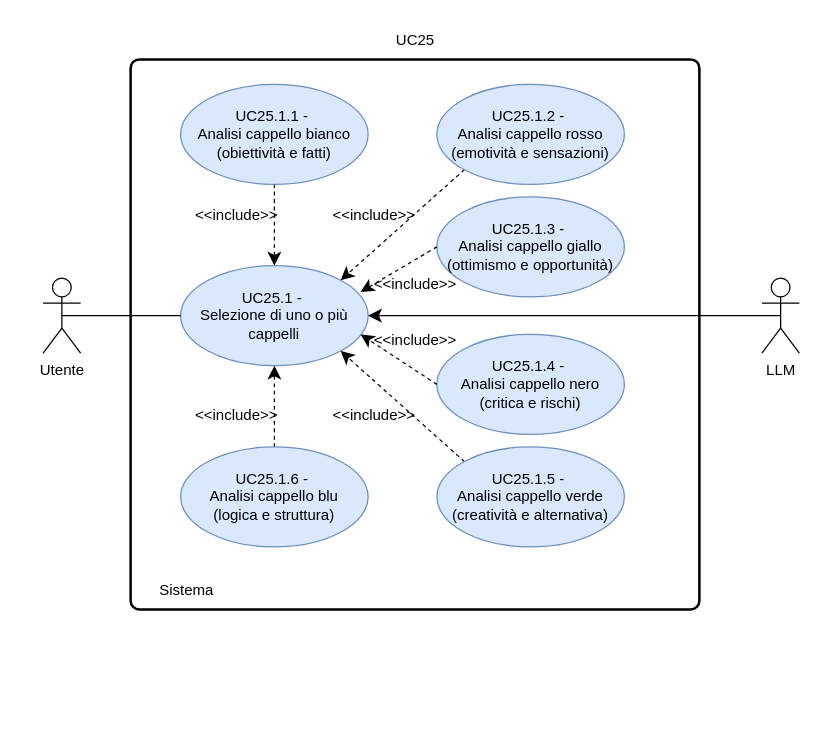
Above: RTB/doc_esterna/analisi-dei-requisiti/assets/draw.io/UC25.1.drawio in thebitless-group-swe/thebitless.github.io (draw.io), before the change. Source tidied: cells renumbered, new cells numbered last; positions are measured from the earlier drawing's top-left corner, leaving out a move shared by most shapes. Both pictures are drawn from the tidied source at 125%, with x=0, y=0 at pixel (42, 21).
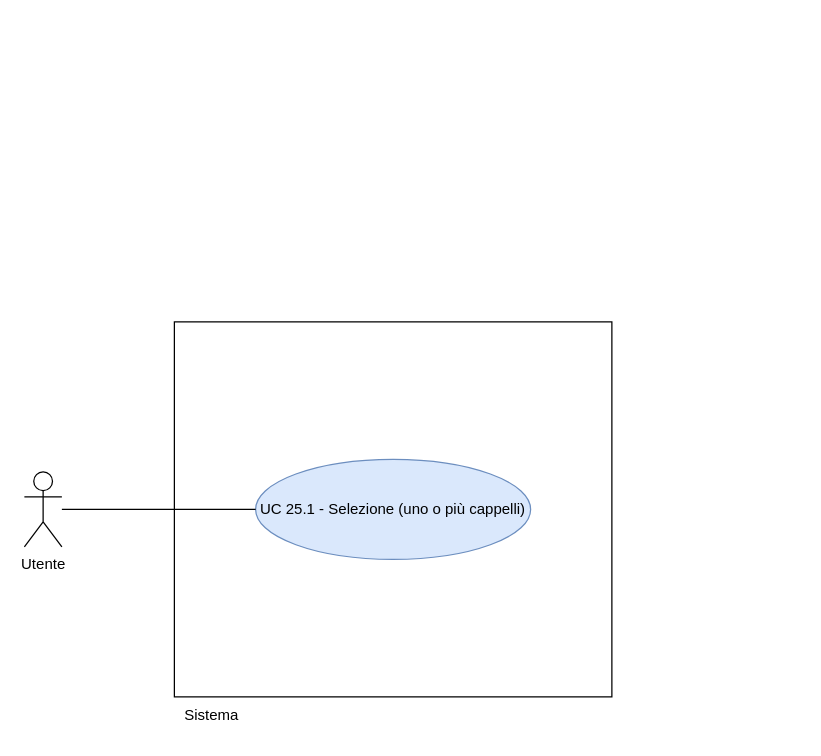
The same diagram, later.

What changed in the source:
```diff
@@
-    <mxCell id="2" style="rounded=1;whiteSpace=wrap;html=1;absoluteArcSize=1;arcSize=14;strokeWidth=2;" parent="1" vertex="1">
-      <mxGeometry x="70" y="30" width="455" height="440" as="geometry" />
-    </mxCell>
     <mxCell id="3" value="Utente" style="shape=umlActor;verticalLabelPosition=bottom;verticalAlign=top;html=1;outlineConnect=0;" parent="1" vertex="1">
-      <mxGeometry y="205" width="30" height="60" as="geometry" />
+      <mxGeometry x="-15" y="360" width="30" height="60" as="geometry" />
     </mxCell>
+    <mxCell id="28" style="whiteSpace=wrap;html=1;" parent="1" vertex="1">
+      <mxGeometry x="105" y="240" width="350" height="300" as="geometry" />
+    </mxCell>
     <mxCell id="4" value="Sistema" style="text;html=1;whiteSpace=wrap;strokeColor=none;fillColor=none;align=center;verticalAlign=middle;rounded=0;" parent="1" vertex="1">
-      <mxGeometry x="70" y="440" width="90" height="30" as="geometry" />
+      <mxGeometry x="105" y="540" width="60" height="30" as="geometry" />
     </mxCell>
-    <mxCell id="5" value="UC25.1 -&amp;nbsp;&lt;div&gt;Selezione di uno o più cappelli&lt;/div&gt;" style="ellipse;whiteSpace=wrap;html=1;fillColor=#dae8fc;strokeColor=#6c8ebf;" parent="1" vertex="1">
-      <mxGeometry x="110" y="195" width="150" height="80" as="geometry" />
-    </mxCell>
-    <mxCell id="6" style="endArrow=none;html=1;rounded=0;exitX=0.5;exitY=0.5;exitDx=0;exitDy=0;exitPerimeter=0;entryX=0;entryY=0.5;entryDx=0;entryDy=0;" parent="1" edge="1" source="3" target="5">
-      <mxGeometry relative="1" as="geometry" />
-    </mxCell>
-    <mxCell id="7" value="UC25" style="text;html=1;whiteSpace=wrap;strokeColor=none;fillColor=none;align=center;verticalAlign=middle;rounded=0;" parent="1" vertex="1">
-      <mxGeometry x="267.5" width="60" height="30" as="geometry" />
-    </mxCell>
-    <mxCell id="8" style="edgeStyle=none;curved=1;rounded=0;jettySize=auto;html=1;fontSize=12;startSize=8;endSize=8;dashed=1;" parent="1" edge="1" source="9" target="5">
-      <mxGeometry relative="1" as="geometry" />
-    </mxCell>
-    <mxCell id="9" value="UC25.1.1 -&amp;nbsp;&lt;div&gt;Analisi cappello bianco (obiettività e fatti)&lt;/div&gt;" style="ellipse;whiteSpace=wrap;html=1;fillColor=#dae8fc;strokeColor=#6c8ebf;" parent="1" vertex="1">
-      <mxGeometry x="110" y="50" width="150" height="80" as="geometry" />
-    </mxCell>
-    <mxCell id="10" style="edgeStyle=none;curved=1;rounded=0;jettySize=auto;html=1;exitX=0;exitY=1;exitDx=0;exitDy=0;entryX=1;entryY=0;entryDx=0;entryDy=0;fontSize=12;startSize=8;endSize=8;dashed=1;" parent="1" edge="1" source="11" target="5">
-      <mxGeometry relative="1" as="geometry" />
-    </mxCell>
-    <mxCell id="11" value="UC25.1.2 -&amp;nbsp;&lt;div&gt;Analisi cappello rosso (emotività e sensazioni)&lt;/div&gt;" style="ellipse;whiteSpace=wrap;html=1;fillColor=#dae8fc;strokeColor=#6c8ebf;" parent="1" vertex="1">
-      <mxGeometry x="315" y="50" width="150" height="80" as="geometry" />
-    </mxCell>
-    <mxCell id="12" value="UC25.1.3 -&amp;nbsp;&lt;div&gt;Analisi cappello giallo (ottimismo e opportunità)&lt;/div&gt;" style="ellipse;whiteSpace=wrap;html=1;fillColor=#dae8fc;strokeColor=#6c8ebf;" parent="1" vertex="1">
-      <mxGeometry x="315" y="140" width="150" height="80" as="geometry" />
-    </mxCell>
-    <mxCell id="13" value="UC25.1.4 -&amp;nbsp;&lt;div&gt;Analisi cappello nero (critica e rischi)&lt;/div&gt;" style="ellipse;whiteSpace=wrap;html=1;fillColor=#dae8fc;strokeColor=#6c8ebf;" parent="1" vertex="1">
-      <mxGeometry x="315" y="250" width="150" height="80" as="geometry" />
-    </mxCell>
-    <mxCell id="14" style="edgeStyle=none;curved=1;rounded=0;jettySize=auto;html=1;exitX=0;exitY=0;exitDx=0;exitDy=0;entryX=1;entryY=1;entryDx=0;entryDy=0;fontSize=12;startSize=8;endSize=8;dashed=1;" parent="1" edge="1" source="15" target="5">
-      <mxGeometry relative="1" as="geometry" />
-    </mxCell>
-    <mxCell id="15" value="UC25.1.5 -&amp;nbsp;&lt;div&gt;Analisi cappello verde (creatività e alternativa)&lt;/div&gt;" style="ellipse;whiteSpace=wrap;html=1;fillColor=#dae8fc;strokeColor=#6c8ebf;" parent="1" vertex="1">
-      <mxGeometry x="315" y="340" width="150" height="80" as="geometry" />
-    </mxCell>
-    <mxCell id="16" style="edgeStyle=none;curved=1;rounded=0;jettySize=auto;html=1;exitX=0.5;exitY=0;exitDx=0;exitDy=0;entryX=0.5;entryY=1;entryDx=0;entryDy=0;fontSize=12;startSize=8;endSize=8;dashed=1;" parent="1" edge="1" source="17" target="5">
-      <mxGeometry relative="1" as="geometry" />
-    </mxCell>
-    <mxCell id="17" value="UC25.1.6 -&amp;nbsp;&lt;div&gt;Analisi cappello blu&lt;/div&gt;&lt;div&gt;(logica e struttura)&lt;/div&gt;" style="ellipse;whiteSpace=wrap;html=1;fillColor=#dae8fc;strokeColor=#6c8ebf;" parent="1" vertex="1">
-      <mxGeometry x="110" y="340" width="150" height="80" as="geometry" />
-    </mxCell>
-    <mxCell id="18" style="edgeStyle=none;curved=1;rounded=0;jettySize=auto;html=1;exitX=0;exitY=0.5;exitDx=0;exitDy=0;entryX=0.96;entryY=0.263;entryDx=0;entryDy=0;entryPerimeter=0;fontSize=12;startSize=8;endSize=8;dashed=1;" parent="1" edge="1" source="12" target="5">
-      <mxGeometry relative="1" as="geometry" />
-    </mxCell>
-    <mxCell id="19" style="edgeStyle=none;curved=1;rounded=0;jettySize=auto;html=1;exitX=0;exitY=0.5;exitDx=0;exitDy=0;entryX=0.96;entryY=0.688;entryDx=0;entryDy=0;entryPerimeter=0;fontSize=12;startSize=8;endSize=8;dashed=1;" parent="1" edge="1" source="13" target="5">
-      <mxGeometry relative="1" as="geometry" />
-    </mxCell>
-    <mxCell id="20" value="&amp;lt;&amp;lt;include&amp;gt;&amp;gt;" style="text;html=1;whiteSpace=wrap;strokeColor=none;fillColor=none;align=center;verticalAlign=middle;rounded=0;" parent="1" vertex="1">
-      <mxGeometry x="125" y="140" width="60" height="30" as="geometry" />
-    </mxCell>
-    <mxCell id="21" value="&amp;lt;&amp;lt;include&amp;gt;&amp;gt;" style="text;html=1;whiteSpace=wrap;strokeColor=none;fillColor=none;align=center;verticalAlign=middle;rounded=0;" parent="1" vertex="1">
-      <mxGeometry x="235" y="140" width="60" height="30" as="geometry" />
-    </mxCell>
-    <mxCell id="22" value="&amp;lt;&amp;lt;include&amp;gt;&amp;gt;" style="text;html=1;whiteSpace=wrap;strokeColor=none;fillColor=none;align=center;verticalAlign=middle;rounded=0;" parent="1" vertex="1">
-      <mxGeometry x="267.5" y="195" width="60" height="30" as="geometry" />
-    </mxCell>
-    <mxCell id="23" value="&amp;lt;&amp;lt;include&amp;gt;&amp;gt;" style="text;html=1;whiteSpace=wrap;strokeColor=none;fillColor=none;align=center;verticalAlign=middle;rounded=0;" parent="1" vertex="1">
-      <mxGeometry x="267.5" y="240" width="60" height="30" as="geometry" />
-    </mxCell>
-    <mxCell id="24" value="&amp;lt;&amp;lt;include&amp;gt;&amp;gt;" style="text;html=1;whiteSpace=wrap;strokeColor=none;fillColor=none;align=center;verticalAlign=middle;rounded=0;" parent="1" vertex="1">
-      <mxGeometry x="235" y="300" width="60" height="30" as="geometry" />
-    </mxCell>
-    <mxCell id="25" value="&amp;lt;&amp;lt;include&amp;gt;&amp;gt;" style="text;html=1;whiteSpace=wrap;strokeColor=none;fillColor=none;align=center;verticalAlign=middle;rounded=0;" parent="1" vertex="1">
-      <mxGeometry x="125" y="300" width="60" height="30" as="geometry" />
-    </mxCell>
-    <mxCell id="26" style="edgeStyle=none;curved=1;rounded=0;jettySize=auto;html=1;exitX=0.5;exitY=0.5;exitDx=0;exitDy=0;exitPerimeter=0;entryX=1;entryY=0.5;entryDx=0;entryDy=0;fontSize=12;startSize=8;endSize=8;" parent="1" edge="1" source="27" target="5">
-      <mxGeometry relative="1" as="geometry" />
-    </mxCell>
-    <mxCell id="27" value="LLM" style="shape=umlActor;verticalLabelPosition=bottom;verticalAlign=top;html=1;outlineConnect=0;" parent="1" vertex="1">
-      <mxGeometry x="575" y="205" width="30" height="60" as="geometry" />
-    </mxCell>
+    <mxCell id="29" value="UC 25.1 - Selezione (uno o più cappelli)" style="ellipse;whiteSpace=wrap;html=1;fillColor=#dae8fc;strokeColor=#6c8ebf;" parent="1" vertex="1">
+      <mxGeometry x="170" y="350" width="220" height="80" as="geometry" />
+    </mxCell>
+    <mxCell id="30" style="edgeStyle=none;rounded=0;jettySize=auto;html=1;endArrow=none;endFill=0;" parent="1" edge="1" source="3" target="29">
+      <mxGeometry relative="1" as="geometry" />
+    </mxCell>
```
